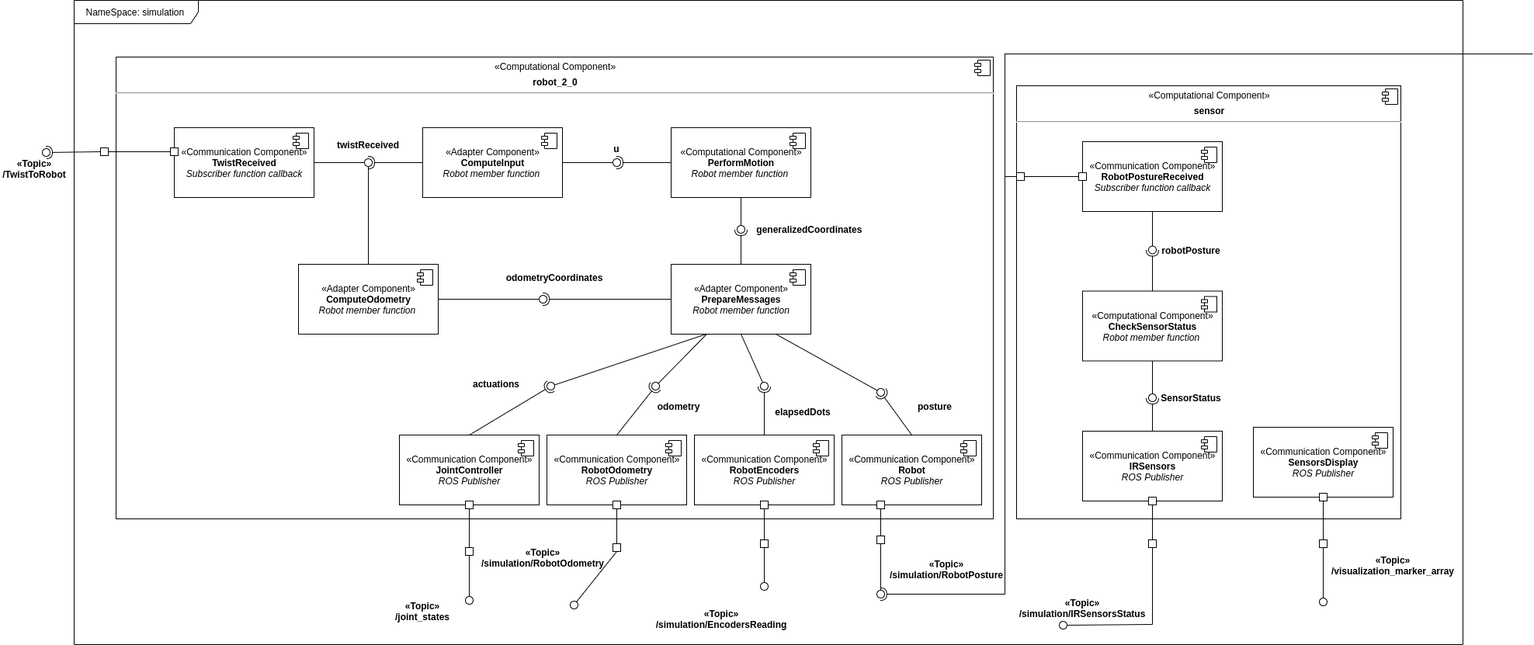
The draw.io diagram images/simulation_core.png in aGotelli/Projet1, before a commit. Source tidied: cells renumbered, new cells last; positions are measured from the earlier drawing's top-left corner, leaving out a move shared by most shapes.
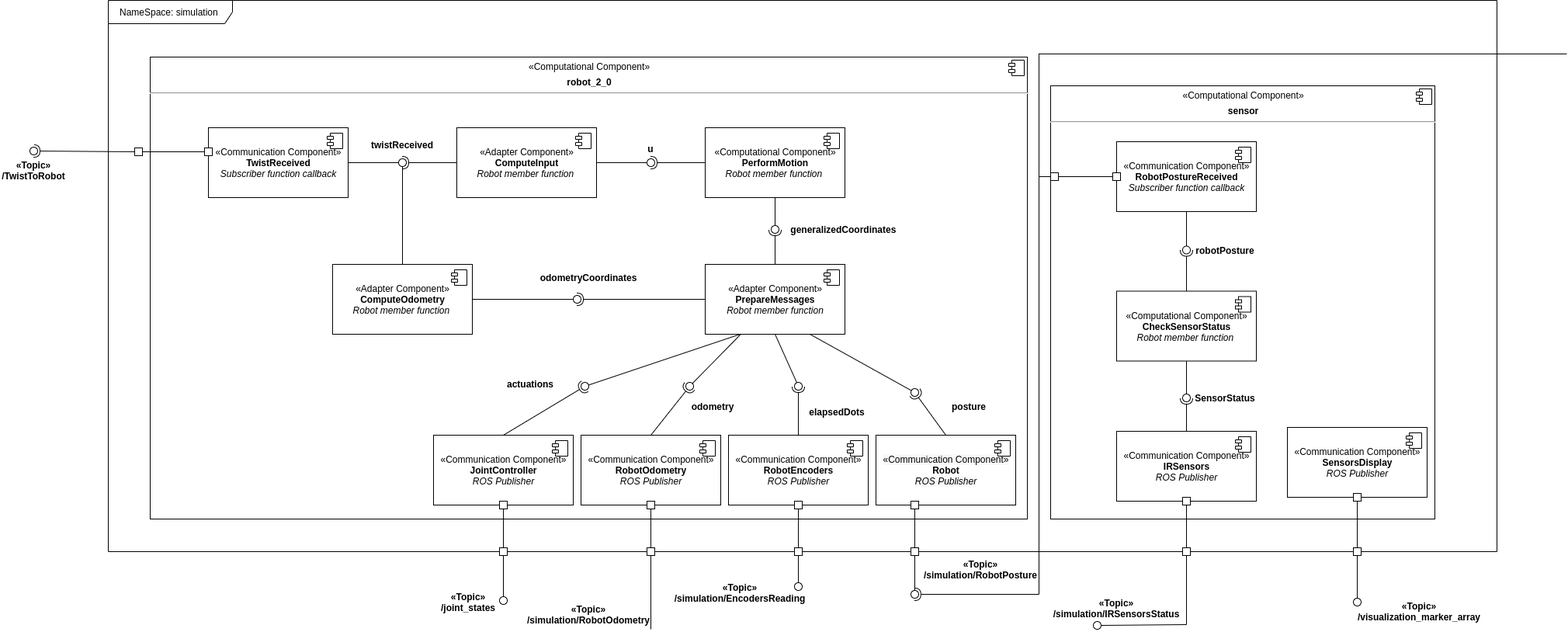
After the change.

What changed in the source:
```diff
@@ -6,13 +6,13 @@
       <mxGeometry relative="1" as="geometry" />
     </mxCell>
     <mxCell id="3" style="ellipse;whiteSpace=wrap;html=1;fontFamily=Helvetica;fontSize=12;fontColor=#000000;align=center;strokeColor=#000000;fillColor=#ffffff;points=[];" parent="1" vertex="1">
-      <mxGeometry x="50" y="191" width="10" height="10" as="geometry" />
+      <mxGeometry x="-10" y="189" width="10" height="10" as="geometry" />
     </mxCell>
     <mxCell id="4" value="«Topic»&#10;/TwistToRobot" style="text;align=center;fontStyle=1;verticalAlign=middle;spacingLeft=3;spacingRight=3;strokeColor=none;" parent="1" vertex="1">
-      <mxGeometry y="204" width="80" height="26" as="geometry" />
+      <mxGeometry x="-45" y="206" width="80" height="26" as="geometry" />
     </mxCell>
     <mxCell id="5" value="NameSpace: simulation&amp;nbsp;" style="shape=umlFrame;whiteSpace=wrap;html=1;width=160;height=30;" parent="1" vertex="1">
-      <mxGeometry x="91" width="1789" height="830" as="geometry" />
+      <mxGeometry x="91" width="1789" height="710" as="geometry" />
     </mxCell>
     <mxCell id="6" value="&lt;p style=&quot;margin: 6px 0px 0px ; text-align: center&quot;&gt;«Computational Component»&lt;br&gt;&lt;/p&gt;&lt;p style=&quot;margin: 6px 0px 0px ; text-align: center&quot;&gt;&lt;b&gt;robot_2_0&lt;/b&gt;&lt;/p&gt;&lt;hr&gt;&lt;p style=&quot;margin: 0px 0px 0px 8px&quot;&gt;&lt;br&gt;&lt;/p&gt;" style="align=left;overflow=fill;html=1;" parent="1" vertex="1">
       <mxGeometry x="145" y="73" width="1130" height="595" as="geometry" />
@@ -102,10 +102,10 @@
       <mxGeometry x="1125" y="645" width="10" height="10" as="geometry" />
     </mxCell>
     <mxCell id="31" style="rounded=0;whiteSpace=wrap;html=1;" parent="1" vertex="1">
-      <mxGeometry x="975" y="695" width="10" height="10" as="geometry" />
+      <mxGeometry x="975" y="705" width="10" height="10" as="geometry" />
     </mxCell>
     <mxCell id="32" style="rounded=0;whiteSpace=wrap;html=1;" parent="1" vertex="1">
-      <mxGeometry x="1125" y="690" width="10" height="10" as="geometry" />
+      <mxGeometry x="1125" y="705" width="10" height="10" as="geometry" />
     </mxCell>
     <mxCell id="33" style="rounded=0;jettySize=auto;html=1;endArrow=none;endFill=0;exitX=0.5;exitY=1;exitDx=0;exitDy=0;entryX=0.5;entryY=0;entryDx=0;entryDy=0;" parent="1" edge="1" source="105" target="31">
       <mxGeometry relative="1" as="geometry" />
@@ -129,7 +129,7 @@
       <mxGeometry x="1175" y="720" width="80" height="26" as="geometry" />
     </mxCell>
     <mxCell id="40" value="«Topic»&#10;/simulation/EncodersReading" style="text;align=center;fontStyle=1;verticalAlign=middle;spacingLeft=3;spacingRight=3;strokeColor=none;" parent="1" vertex="1">
-      <mxGeometry x="885" y="784" width="80" height="26" as="geometry" />
+      <mxGeometry x="865" y="750" width="80" height="26" as="geometry" />
     </mxCell>
     <mxCell id="41" value="«Topic»&#10;/simulation/IRSensorsStatus" style="text;align=center;fontStyle=1;verticalAlign=middle;spacingLeft=3;spacingRight=3;strokeColor=none;" parent="1" vertex="1">
       <mxGeometry x="1350" y="770" width="80" height="26" as="geometry" />
@@ -173,7 +173,7 @@
       <mxGeometry x="595" y="768" width="10" height="10" as="geometry" />
     </mxCell>
     <mxCell id="54" value="«Topic»&#10;/joint_states" style="text;align=center;fontStyle=1;verticalAlign=middle;spacingLeft=3;spacingRight=3;strokeColor=none;" parent="1" vertex="1">
-      <mxGeometry x="500" y="774" width="80" height="26" as="geometry" />
+      <mxGeometry x="515" y="762" width="80" height="26" as="geometry" />
     </mxCell>
     <mxCell id="55" style="rounded=0;jettySize=auto;html=1;endArrow=none;endFill=0;exitX=0.5;exitY=1;exitDx=0;exitDy=0;" parent="1" edge="1" source="12" target="57">
       <mxGeometry relative="1" as="geometry" />
@@ -262,7 +262,7 @@
       <mxGeometry x="1385" y="222" width="10" height="10" as="geometry" />
     </mxCell>
     <mxCell id="79" style="rounded=0;whiteSpace=wrap;html=1;" parent="1" vertex="1">
-      <mxGeometry x="1475" y="695" width="10" height="10" as="geometry" />
+      <mxGeometry x="1475" y="705" width="10" height="10" as="geometry" />
     </mxCell>
     <mxCell id="80" style="rounded=0;whiteSpace=wrap;html=1;" parent="1" vertex="1">
       <mxGeometry x="1475" y="640" width="10" height="10" as="geometry" />
@@ -292,7 +292,7 @@
       </mxGeometry>
     </mxCell>
     <mxCell id="87" style="rounded=0;whiteSpace=wrap;html=1;" parent="1" vertex="1">
-      <mxGeometry x="1695" y="695" width="10" height="10" as="geometry" />
+      <mxGeometry x="1695" y="705" width="10" height="10" as="geometry" />
     </mxCell>
     <mxCell id="88" style="rounded=0;whiteSpace=wrap;html=1;" parent="1" vertex="1">
       <mxGeometry x="1695" y="635" width="10" height="10" as="geometry" />
@@ -373,33 +373,32 @@
       <mxGeometry x="785" y="645" width="10" height="10" as="geometry" />
     </mxCell>
     <mxCell id="112" style="rounded=0;whiteSpace=wrap;html=1;" parent="1" vertex="1">
-      <mxGeometry x="785" y="700" width="10" height="10" as="geometry" />
+      <mxGeometry x="785" y="705" width="10" height="10" as="geometry" />
     </mxCell>
     <mxCell id="113" style="rounded=0;jettySize=auto;html=1;endArrow=none;endFill=0;exitX=0.5;exitY=1;exitDx=0;exitDy=0;entryX=0.5;entryY=0;entryDx=0;entryDy=0;" parent="1" edge="1" source="111" target="112">
       <mxGeometry relative="1" as="geometry" />
     </mxCell>
-    <mxCell id="114" style="rounded=0;jettySize=auto;html=1;endArrow=none;endFill=0;exitX=0.5;exitY=1;exitDx=0;exitDy=0;" parent="1" edge="1" source="112" target="115">
-      <mxGeometry relative="1" as="geometry" />
+    <mxCell id="114" style="rounded=0;jettySize=auto;html=1;endArrow=none;endFill=0;exitX=0.5;exitY=1;exitDx=0;exitDy=0;" parent="1" edge="1" source="112">
+      <mxGeometry relative="1" as="geometry">
+        <mxPoint x="790" y="810" as="targetPoint" />
+      </mxGeometry>
     </mxCell>
-    <mxCell id="115" style="ellipse;whiteSpace=wrap;html=1;fontFamily=Helvetica;fontSize=12;fontColor=#000000;align=center;strokeColor=#000000;fillColor=#ffffff;points=[];" parent="1" vertex="1">
-      <mxGeometry x="730" y="774" width="10" height="10" as="geometry" />
+    <mxCell id="115" value="«Topic»&#10;/simulation/RobotOdometry" style="text;align=center;fontStyle=1;verticalAlign=middle;spacingLeft=3;spacingRight=3;strokeColor=none;points=[[0,0.5],[1,0.5]];portConstraint=eastwest;" parent="1" vertex="1">
+      <mxGeometry x="670" y="778" width="80" height="26" as="geometry" />
     </mxCell>
-    <mxCell id="116" value="«Topic»&#10;/simulation/RobotOdometry" style="text;align=center;fontStyle=1;verticalAlign=middle;spacingLeft=3;spacingRight=3;strokeColor=none;" parent="1" vertex="1">
-      <mxGeometry x="655" y="705" width="80" height="26" as="geometry" />
+    <mxCell id="116" style="endArrow=none;html=1;rounded=0;entryX=0;entryY=0.414;entryDx=0;entryDy=0;entryPerimeter=0;" parent="1" edge="1" target="110">
+      <mxGeometry relative="1" as="geometry">
+        <mxPoint x="1290" y="230" as="sourcePoint" />
+      </mxGeometry>
     </mxCell>
-    <mxCell id="117" style="endArrow=none;html=1;rounded=0;entryX=0;entryY=0.414;entryDx=0;entryDy=0;entryPerimeter=0;" parent="1" edge="1" target="110">
-      <mxGeometry relative="1" as="geometry">
-        <mxPoint x="1290" y="230" as="sourcePoint" />
-      </mxGeometry>
+    <mxCell id="117" value="«Topic»&#10;/visualization_marker_array" style="text;align=center;fontStyle=1;verticalAlign=middle;spacingLeft=3;spacingRight=3;strokeColor=none;" parent="1" vertex="1">
+      <mxGeometry x="1740" y="774" width="80" height="26" as="geometry" />
     </mxCell>
-    <mxCell id="118" value="«Topic»&#10;/visualization_marker_array" style="text;align=center;fontStyle=1;verticalAlign=middle;spacingLeft=3;spacingRight=3;strokeColor=none;" parent="1" vertex="1">
-      <mxGeometry x="1750" y="715" width="80" height="26" as="geometry" />
+    <mxCell id="118" style="rounded=0;jettySize=auto;html=1;endArrow=none;endFill=0;exitX=0.5;exitY=1;exitDx=0;exitDy=0;" parent="1" edge="1" source="87" target="119">
+      <mxGeometry relative="1" as="geometry" />
     </mxCell>
-    <mxCell id="119" style="rounded=0;jettySize=auto;html=1;endArrow=none;endFill=0;exitX=0.5;exitY=1;exitDx=0;exitDy=0;" parent="1" edge="1" source="87" target="120">
-      <mxGeometry relative="1" as="geometry" />
+    <mxCell id="119" style="ellipse;whiteSpace=wrap;html=1;fontFamily=Helvetica;fontSize=12;fontColor=#000000;align=center;strokeColor=#000000;fillColor=#ffffff;points=[];" parent="1" vertex="1">
+      <mxGeometry x="1695" y="770" width="10" height="10" as="geometry" />
     </mxCell>
-    <mxCell id="120" style="ellipse;whiteSpace=wrap;html=1;fontFamily=Helvetica;fontSize=12;fontColor=#000000;align=center;strokeColor=#000000;fillColor=#ffffff;points=[];" parent="1" vertex="1">
-      <mxGeometry x="1695" y="770" width="10" height="10" as="geometry" />
-    </mxCell>
   </root>
 </mxGraphModel>
```
